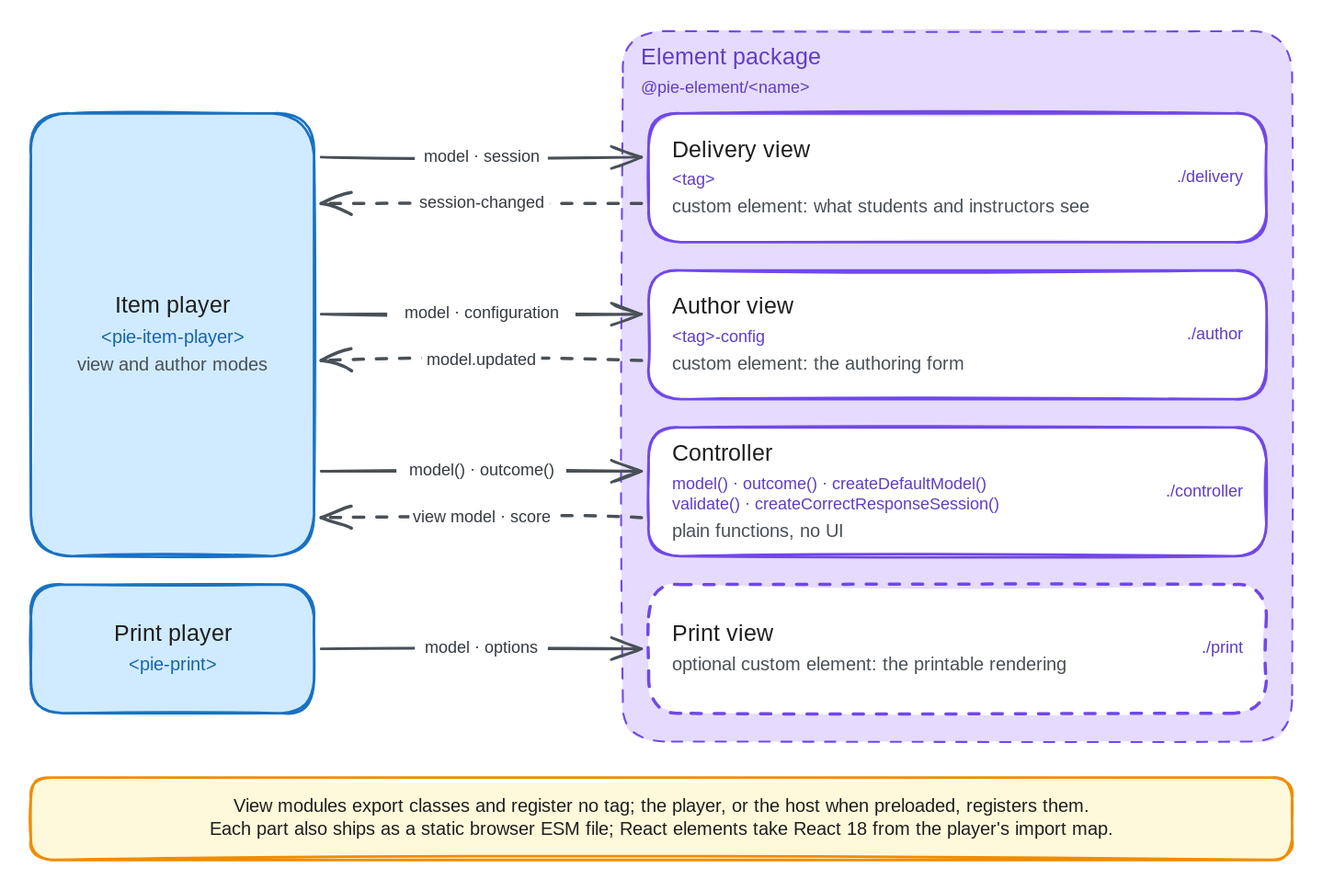
Above: packages/pie-website-app/static/images/diagrams/element-package.excalidraw.svg in pie-framework/pie-website-ng (Excalidraw), before the change. Source tidied: one line per element, renumbered; positions are measured from the earlier drawing's top-left corner, leaving out a move shared by most shapes.
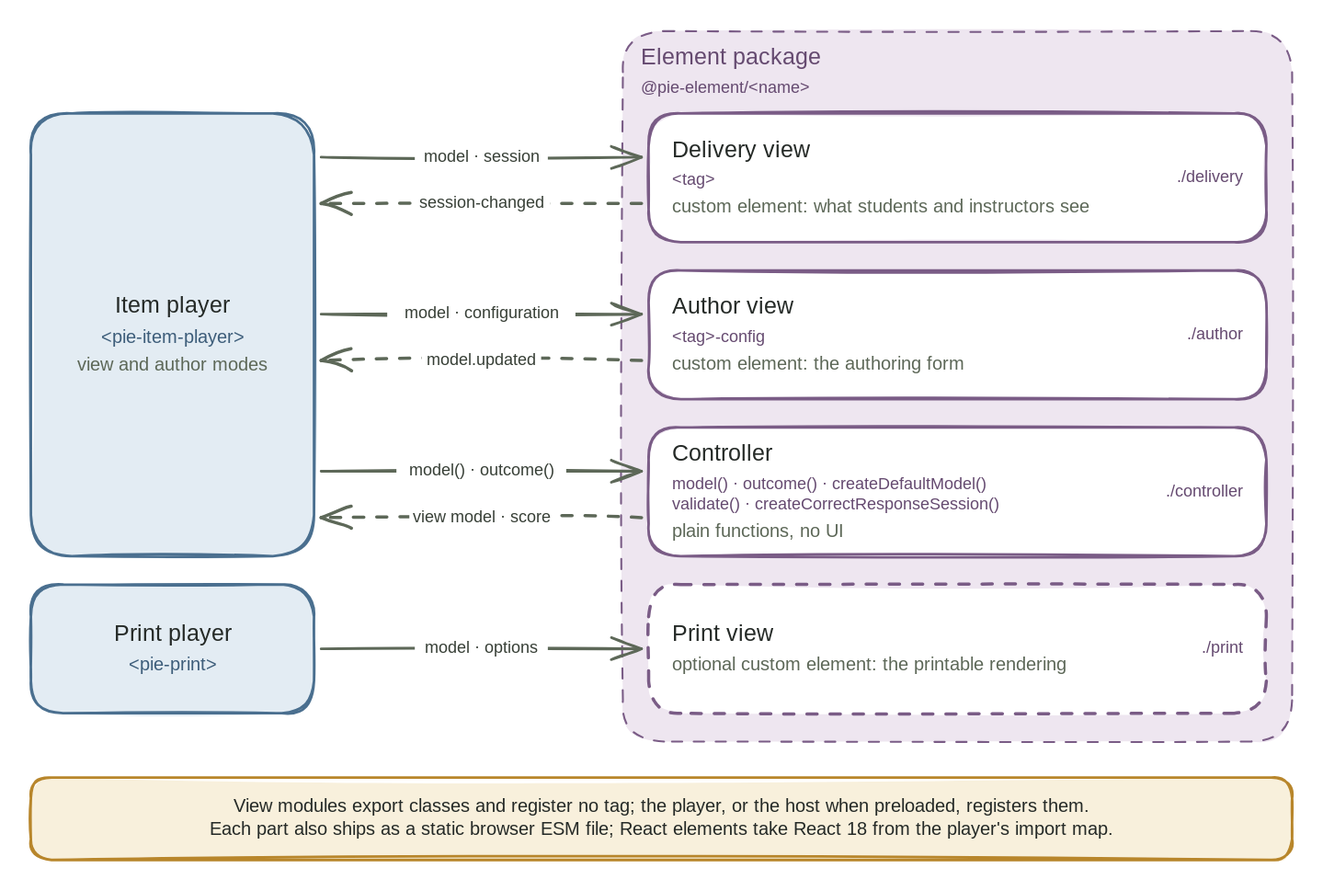
The same diagram one commit later.

Diff of the diagram source:
```diff
@@ -1,45 +1,45 @@
-{"id": 0, "type": "rectangle", "strokeColor": "#7048e8", "backgroundColor": "#e5dbff", "fillStyle": "solid", "strokeWidth": 1, "strokeStyle": "dashed", "roughness": 1, "round": true, "x": 460, "y": 0, "width": 520, "height": 552}
+{"id": 0, "type": "rectangle", "strokeColor": "#7a5c86", "backgroundColor": "#eee6f0", "fillStyle": "solid", "strokeWidth": 1, "strokeStyle": "dashed", "roughness": 1, "round": true, "x": 460, "y": 0, "width": 520, "height": 552}
-{"id": 1, "type": "text", "text": "Element package", "strokeColor": "#5f3dc4", "strokeWidth": 2, "roughness": 1, "fontSize": 18, "fontFamily": 5, "x": 474, "y": 10, "width": 143, "height": 22}
+{"id": 1, "type": "text", "text": "Element package", "strokeColor": "#654a70", "strokeWidth": 2, "roughness": 1, "fontSize": 18, "fontFamily": 5, "x": 474, "y": 10, "width": 143, "height": 22}
-{"id": 2, "type": "text", "text": "@pie-element/<name>", "strokeColor": "#5f3dc4", "strokeWidth": 2, "roughness": 1, "fontSize": 13, "fontFamily": 8, "x": 474, "y": 36, "width": 136, "height": 16}
+{"id": 2, "type": "text", "text": "@pie-element/<name>", "strokeColor": "#654a70", "strokeWidth": 2, "roughness": 1, "fontSize": 13, "fontFamily": 8, "x": 474, "y": 36, "width": 136, "height": 16}
-{"id": 3, "type": "rectangle", "strokeColor": "#7048e8", "backgroundColor": "#ffffff", "fillStyle": "solid", "strokeWidth": 2, "roughness": 1, "round": true, "x": 480, "y": 64, "width": 480, "height": 100}
+{"id": 3, "type": "rectangle", "strokeColor": "#7a5c86", "backgroundColor": "#ffffff", "fillStyle": "solid", "strokeWidth": 2, "roughness": 1, "round": true, "x": 480, "y": 64, "width": 480, "height": 100}
-{"id": 4, "type": "text", "text": "Delivery view", "strokeColor": "#1e1e1e", "strokeWidth": 2, "roughness": 1, "fontSize": 18, "fontFamily": 5, "x": 498, "y": 82, "width": 111, "height": 22}
+{"id": 4, "type": "text", "text": "Delivery view", "strokeColor": "#252a27", "strokeWidth": 2, "roughness": 1, "fontSize": 18, "fontFamily": 5, "x": 498, "y": 82, "width": 111, "height": 22}
-{"id": 5, "type": "text", "text": "<tag>", "strokeColor": "#5f3dc4", "strokeWidth": 2, "roughness": 1, "fontSize": 13, "fontFamily": 8, "x": 498, "y": 108, "width": 36, "height": 16}
+{"id": 5, "type": "text", "text": "<tag>", "strokeColor": "#654a70", "strokeWidth": 2, "roughness": 1, "fontSize": 13, "fontFamily": 8, "x": 498, "y": 108, "width": 36, "height": 16}
-{"id": 6, "type": "text", "text": "custom element: what students and instructors see", "strokeColor": "#495057", "strokeWidth": 2, "roughness": 1, "fontSize": 14, "fontFamily": 5, "x": 498, "y": 129, "width": 353, "height": 18}
+{"id": 6, "type": "text", "text": "custom element: what students and instructors see", "strokeColor": "#5d6858", "strokeWidth": 2, "roughness": 1, "fontSize": 14, "fontFamily": 5, "x": 498, "y": 129, "width": 353, "height": 18}
-{"id": 7, "type": "rectangle", "strokeColor": "#7048e8", "backgroundColor": "#ffffff", "fillStyle": "solid", "strokeWidth": 2, "roughness": 1, "round": true, "x": 480, "y": 186, "width": 480, "height": 100}
+{"id": 7, "type": "rectangle", "strokeColor": "#7a5c86", "backgroundColor": "#ffffff", "fillStyle": "solid", "strokeWidth": 2, "roughness": 1, "round": true, "x": 480, "y": 186, "width": 480, "height": 100}
-{"id": 8, "type": "text", "text": "Author view", "strokeColor": "#1e1e1e", "strokeWidth": 2, "roughness": 1, "fontSize": 18, "fontFamily": 5, "x": 498, "y": 204, "width": 104, "height": 22}
+{"id": 8, "type": "text", "text": "Author view", "strokeColor": "#252a27", "strokeWidth": 2, "roughness": 1, "fontSize": 18, "fontFamily": 5, "x": 498, "y": 204, "width": 104, "height": 22}
-{"id": 9, "type": "text", "text": "<tag>-config", "strokeColor": "#5f3dc4", "strokeWidth": 2, "roughness": 1, "fontSize": 13, "fontFamily": 8, "x": 498, "y": 230, "width": 86, "height": 16}
+{"id": 9, "type": "text", "text": "<tag>-config", "strokeColor": "#654a70", "strokeWidth": 2, "roughness": 1, "fontSize": 13, "fontFamily": 8, "x": 498, "y": 230, "width": 86, "height": 16}
-{"id": 10, "type": "text", "text": "custom element: the authoring form", "strokeColor": "#495057", "strokeWidth": 2, "roughness": 1, "fontSize": 14, "fontFamily": 5, "x": 498, "y": 251, "width": 242, "height": 18}
+{"id": 10, "type": "text", "text": "custom element: the authoring form", "strokeColor": "#5d6858", "strokeWidth": 2, "roughness": 1, "fontSize": 14, "fontFamily": 5, "x": 498, "y": 251, "width": 242, "height": 18}
-{"id": 11, "type": "rectangle", "strokeColor": "#7048e8", "backgroundColor": "#ffffff", "fillStyle": "solid", "strokeWidth": 2, "roughness": 1, "round": true, "x": 480, "y": 308, "width": 480, "height": 100}
+{"id": 11, "type": "rectangle", "strokeColor": "#7a5c86", "backgroundColor": "#ffffff", "fillStyle": "solid", "strokeWidth": 2, "roughness": 1, "round": true, "x": 480, "y": 308, "width": 480, "height": 100}
-{"id": 12, "type": "text", "text": "Controller", "strokeColor": "#1e1e1e", "strokeWidth": 2, "roughness": 1, "fontSize": 18, "fontFamily": 5, "x": 498, "y": 318, "width": 85, "height": 22}
+{"id": 12, "type": "text", "text": "Controller", "strokeColor": "#252a27", "strokeWidth": 2, "roughness": 1, "fontSize": 18, "fontFamily": 5, "x": 498, "y": 318, "width": 85, "height": 22}
-{"id": 13, "type": "text", "text": "model() · outcome() · createDefaultModel()\nvalidate() · createCorrectResponseSession()", "strokeColor": "#5f3dc4", "strokeWidth": 2, "roughness": 1, "fontSize": 13, "fontFamily": 8, "x": 498, "y": 344, "width": 304, "height": 32}
+{"id": 13, "type": "text", "text": "model() · outcome() · createDefaultModel()\nvalidate() · createCorrectResponseSession()", "strokeColor": "#654a70", "strokeWidth": 2, "roughness": 1, "fontSize": 13, "fontFamily": 8, "x": 498, "y": 344, "width": 304, "height": 32}
-{"id": 14, "type": "text", "text": "plain functions, no UI", "strokeColor": "#495057", "strokeWidth": 2, "roughness": 1, "fontSize": 14, "fontFamily": 5, "x": 498, "y": 381, "width": 147, "height": 18}
+{"id": 14, "type": "text", "text": "plain functions, no UI", "strokeColor": "#5d6858", "strokeWidth": 2, "roughness": 1, "fontSize": 14, "fontFamily": 5, "x": 498, "y": 381, "width": 147, "height": 18}
-{"id": 15, "type": "rectangle", "strokeColor": "#7048e8", "backgroundColor": "#ffffff", "fillStyle": "solid", "strokeWidth": 2, "strokeStyle": "dashed", "roughness": 1, "round": true, "x": 480, "y": 430, "width": 480, "height": 100}
+{"id": 15, "type": "rectangle", "strokeColor": "#7a5c86", "backgroundColor": "#ffffff", "fillStyle": "solid", "strokeWidth": 2, "strokeStyle": "dashed", "roughness": 1, "round": true, "x": 480, "y": 430, "width": 480, "height": 100}
-{"id": 16, "type": "text", "text": "Print view", "strokeColor": "#1e1e1e", "strokeWidth": 2, "roughness": 1, "fontSize": 18, "fontFamily": 5, "x": 498, "y": 458, "width": 87, "height": 22}
+{"id": 16, "type": "text", "text": "Print view", "strokeColor": "#252a27", "strokeWidth": 2, "roughness": 1, "fontSize": 18, "fontFamily": 5, "x": 498, "y": 458, "width": 87, "height": 22}
-{"id": 17, "type": "text", "text": "optional custom element: the printable rendering", "strokeColor": "#495057", "strokeWidth": 2, "roughness": 1, "fontSize": 14, "fontFamily": 5, "x": 498, "y": 484, "width": 326, "height": 18}
+{"id": 17, "type": "text", "text": "optional custom element: the printable rendering", "strokeColor": "#5d6858", "strokeWidth": 2, "roughness": 1, "fontSize": 14, "fontFamily": 5, "x": 498, "y": 484, "width": 326, "height": 18}
-{"id": 18, "type": "rectangle", "strokeColor": "#1971c2", "backgroundColor": "#d0ebff", "fillStyle": "solid", "strokeWidth": 2, "roughness": 1, "round": true, "x": 0, "y": 64, "width": 220, "height": 344}
+{"id": 18, "type": "rectangle", "strokeColor": "#4a6f8f", "backgroundColor": "#e3ecf3", "fillStyle": "solid", "strokeWidth": 2, "roughness": 1, "round": true, "x": 0, "y": 64, "width": 220, "height": 344}
-{"id": 19, "type": "text", "text": "Item player", "strokeColor": "#1e1e1e", "strokeWidth": 2, "roughness": 1, "fontSize": 18, "fontFamily": 5, "textAlign": "center", "x": 60, "y": 203, "width": 99, "height": 22}
+{"id": 19, "type": "text", "text": "Item player", "strokeColor": "#252a27", "strokeWidth": 2, "roughness": 1, "fontSize": 18, "fontFamily": 5, "textAlign": "center", "x": 60, "y": 203, "width": 99, "height": 22}
-{"id": 20, "type": "text", "text": "<pie-item-player>", "strokeColor": "#1864ab", "strokeWidth": 2, "roughness": 1, "fontSize": 14, "fontFamily": 8, "textAlign": "center", "x": 45, "y": 230, "width": 131, "height": 18}
+{"id": 20, "type": "text", "text": "<pie-item-player>", "strokeColor": "#3d5d7a", "strokeWidth": 2, "roughness": 1, "fontSize": 14, "fontFamily": 8, "textAlign": "center", "x": 45, "y": 230, "width": 131, "height": 18}
-{"id": 21, "type": "text", "text": "view and author modes", "strokeColor": "#495057", "strokeWidth": 2, "roughness": 1, "fontSize": 14, "fontFamily": 5, "textAlign": "center", "x": 32, "y": 251, "width": 156, "height": 18}
+{"id": 21, "type": "text", "text": "view and author modes", "strokeColor": "#5d6858", "strokeWidth": 2, "roughness": 1, "fontSize": 14, "fontFamily": 5, "textAlign": "center", "x": 32, "y": 251, "width": 156, "height": 18}
-{"id": 22, "type": "rectangle", "strokeColor": "#1971c2", "backgroundColor": "#d0ebff", "fillStyle": "solid", "strokeWidth": 2, "roughness": 1, "round": true, "x": 0, "y": 430, "width": 220, "height": 100}
+{"id": 22, "type": "rectangle", "strokeColor": "#4a6f8f", "backgroundColor": "#e3ecf3", "fillStyle": "solid", "strokeWidth": 2, "roughness": 1, "round": true, "x": 0, "y": 430, "width": 220, "height": 100}
-{"id": 23, "type": "text", "text": "Print player", "strokeColor": "#1e1e1e", "strokeWidth": 2, "roughness": 1, "fontSize": 18, "fontFamily": 5, "textAlign": "center", "x": 59, "y": 458, "width": 102, "height": 22}
+{"id": 23, "type": "text", "text": "Print player", "strokeColor": "#252a27", "strokeWidth": 2, "roughness": 1, "fontSize": 18, "fontFamily": 5, "textAlign": "center", "x": 59, "y": 458, "width": 102, "height": 22}
-{"id": 24, "type": "text", "text": "<pie-print>", "strokeColor": "#1864ab", "strokeWidth": 2, "roughness": 1, "fontSize": 14, "fontFamily": 8, "textAlign": "center", "x": 68, "y": 484, "width": 85, "height": 18}
+{"id": 24, "type": "text", "text": "<pie-print>", "strokeColor": "#3d5d7a", "strokeWidth": 2, "roughness": 1, "fontSize": 14, "fontFamily": 8, "textAlign": "center", "x": 68, "y": 484, "width": 85, "height": 18}
-{"id": 25, "type": "rectangle", "strokeColor": "#f08c00", "backgroundColor": "#fff9db", "fillStyle": "solid", "strokeWidth": 2, "roughness": 1, "round": true, "x": 0, "y": 580, "width": 980, "height": 64}
+{"id": 25, "type": "rectangle", "strokeColor": "#b8862b", "backgroundColor": "#f8f0dc", "fillStyle": "solid", "strokeWidth": 2, "roughness": 1, "round": true, "x": 0, "y": 580, "width": 980, "height": 64}
-{"id": 26, "type": "text", "text": "View modules export classes and register no tag; the player, or the host when preloaded, registers them.\nEach part also ships as a static browser ESM file; React elements take React 18 from the player's import map.", "strokeColor": "#1e1e1e", "strokeWidth": 2, "roughness": 1, "fontSize": 14, "fontFamily": 5, "textAlign": "center", "x": 109, "y": 594, "width": 762, "height": 35}
+{"id": 26, "type": "text", "text": "View modules export classes and register no tag; the player, or the host when preloaded, registers them.\nEach part also ships as a static browser ESM file; React elements take React 18 from the player's import map.", "strokeColor": "#252a27", "strokeWidth": 2, "roughness": 1, "fontSize": 14, "fontFamily": 5, "textAlign": "center", "x": 109, "y": 594, "width": 762, "height": 35}
-{"id": 27, "type": "text", "text": "./delivery", "strokeColor": "#5f3dc4", "strokeWidth": 2, "roughness": 1, "fontSize": 13, "fontFamily": 8, "textAlign": "right", "x": 871, "y": 106, "width": 71, "height": 16}
+{"id": 27, "type": "text", "text": "./delivery", "strokeColor": "#654a70", "strokeWidth": 2, "roughness": 1, "fontSize": 13, "fontFamily": 8, "textAlign": "right", "x": 871, "y": 106, "width": 71, "height": 16}
-{"id": 28, "type": "text", "text": "./author", "strokeColor": "#5f3dc4", "strokeWidth": 2, "roughness": 1, "fontSize": 13, "fontFamily": 8, "textAlign": "right", "x": 885, "y": 228, "width": 57, "height": 16}
+{"id": 28, "type": "text", "text": "./author", "strokeColor": "#654a70", "strokeWidth": 2, "roughness": 1, "fontSize": 13, "fontFamily": 8, "textAlign": "right", "x": 885, "y": 228, "width": 57, "height": 16}
-{"id": 29, "type": "text", "text": "./controller", "strokeColor": "#5f3dc4", "strokeWidth": 2, "roughness": 1, "fontSize": 13, "fontFamily": 8, "textAlign": "right", "x": 856, "y": 350, "width": 86, "height": 16}
+{"id": 29, "type": "text", "text": "./controller", "strokeColor": "#654a70", "strokeWidth": 2, "roughness": 1, "fontSize": 13, "fontFamily": 8, "textAlign": "right", "x": 856, "y": 350, "width": 86, "height": 16}
-{"id": 30, "type": "text", "text": "./print", "strokeColor": "#5f3dc4", "strokeWidth": 2, "roughness": 1, "fontSize": 13, "fontFamily": 8, "textAlign": "right", "x": 892, "y": 472, "width": 50, "height": 16}
+{"id": 30, "type": "text", "text": "./print", "strokeColor": "#654a70", "strokeWidth": 2, "roughness": 1, "fontSize": 13, "fontFamily": 8, "textAlign": "right", "x": 892, "y": 472, "width": 50, "height": 16}
-{"id": 31, "type": "arrow", "strokeColor": "#495057", "strokeWidth": 2, "roughness": 1, "endArrowhead": "arrow", "from": 18, "to": 3, "x": 226, "y": 98, "width": 249, "height": 0, "points": [[0, 0], [249, 0]]}
+{"id": 31, "type": "arrow", "strokeColor": "#5d6858", "strokeWidth": 2, "roughness": 1, "endArrowhead": "arrow", "from": 18, "to": 3, "x": 226, "y": 98, "width": 249, "height": 0, "points": [[0, 0], [249, 0]]}
-{"id": 32, "type": "arrow", "strokeColor": "#495057", "strokeWidth": 2, "strokeStyle": "dashed", "roughness": 1, "endArrowhead": "arrow", "from": 3, "to": 18, "x": 474, "y": 134, "width": 249, "height": 0, "points": [[0, 0], [-249, 0]]}
+{"id": 32, "type": "arrow", "strokeColor": "#5d6858", "strokeWidth": 2, "strokeStyle": "dashed", "roughness": 1, "endArrowhead": "arrow", "from": 3, "to": 18, "x": 474, "y": 134, "width": 249, "height": 0, "points": [[0, 0], [-249, 0]]}
-{"id": 33, "type": "arrow", "strokeColor": "#495057", "strokeWidth": 2, "roughness": 1, "endArrowhead": "arrow", "from": 18, "to": 7, "x": 226, "y": 220, "width": 249, "height": 0, "points": [[0, 0], [249, 0]]}
+{"id": 33, "type": "arrow", "strokeColor": "#5d6858", "strokeWidth": 2, "roughness": 1, "endArrowhead": "arrow", "from": 18, "to": 7, "x": 226, "y": 220, "width": 249, "height": 0, "points": [[0, 0], [249, 0]]}
-{"id": 34, "type": "arrow", "strokeColor": "#495057", "strokeWidth": 2, "strokeStyle": "dashed", "roughness": 1, "endArrowhead": "arrow", "from": 7, "to": 18, "x": 474, "y": 256, "width": 249, "height": 0, "points": [[0, 0], [-249, 0]]}
+{"id": 34, "type": "arrow", "strokeColor": "#5d6858", "strokeWidth": 2, "strokeStyle": "dashed", "roughness": 1, "endArrowhead": "arrow", "from": 7, "to": 18, "x": 474, "y": 256, "width": 249, "height": 0, "points": [[0, 0], [-249, 0]]}
-{"id": 35, "type": "arrow", "strokeColor": "#495057", "strokeWidth": 2, "roughness": 1, "endArrowhead": "arrow", "from": 18, "to": 11, "x": 226, "y": 342, "width": 249, "height": 0, "points": [[0, 0], [249, 0]]}
+{"id": 35, "type": "arrow", "strokeColor": "#5d6858", "strokeWidth": 2, "roughness": 1, "endArrowhead": "arrow", "from": 18, "to": 11, "x": 226, "y": 342, "width": 249, "height": 0, "points": [[0, 0], [249, 0]]}
-{"id": 36, "type": "arrow", "strokeColor": "#495057", "strokeWidth": 2, "strokeStyle": "dashed", "roughness": 1, "endArrowhead": "arrow", "from": 11, "to": 18, "x": 474, "y": 378, "width": 249, "height": 0, "points": [[0, 0], [-249, 0]]}
+{"id": 36, "type": "arrow", "strokeColor": "#5d6858", "strokeWidth": 2, "strokeStyle": "dashed", "roughness": 1, "endArrowhead": "arrow", "from": 11, "to": 18, "x": 474, "y": 378, "width": 249, "height": 0, "points": [[0, 0], [-249, 0]]}
-{"id": 37, "type": "arrow", "strokeColor": "#495057", "strokeWidth": 2, "roughness": 1, "endArrowhead": "arrow", "from": 22, "to": 15, "x": 226, "y": 480, "width": 249, "height": 0, "points": [[0, 0], [249, 0]]}
+{"id": 37, "type": "arrow", "strokeColor": "#5d6858", "strokeWidth": 2, "roughness": 1, "endArrowhead": "arrow", "from": 22, "to": 15, "x": 226, "y": 480, "width": 249, "height": 0, "points": [[0, 0], [249, 0]]}
-{"id": 38, "type": "text", "text": "model · session", "strokeColor": "#343a40", "strokeWidth": 2, "roughness": 1, "fontSize": 13, "fontFamily": 8, "textAlign": "center", "verticalAlign": "middle", "inside": 31, "x": 298, "y": 90, "width": 103, "height": 16}
+{"id": 38, "type": "text", "text": "model · session", "strokeColor": "#373f36", "strokeWidth": 2, "roughness": 1, "fontSize": 13, "fontFamily": 8, "textAlign": "center", "verticalAlign": "middle", "inside": 31, "x": 298, "y": 90, "width": 103, "height": 16}
-{"id": 39, "type": "text", "text": "session-changed", "strokeColor": "#343a40", "strokeWidth": 2, "roughness": 1, "fontSize": 13, "fontFamily": 8, "textAlign": "center", "verticalAlign": "middle", "inside": 32, "x": 296, "y": 126, "width": 107, "height": 16}
+{"id": 39, "type": "text", "text": "session-changed", "strokeColor": "#373f36", "strokeWidth": 2, "roughness": 1, "fontSize": 13, "fontFamily": 8, "textAlign": "center", "verticalAlign": "middle", "inside": 32, "x": 296, "y": 126, "width": 107, "height": 16}
-{"id": 40, "type": "text", "text": "model · configuration", "strokeColor": "#343a40", "strokeWidth": 2, "roughness": 1, "fontSize": 13, "fontFamily": 8, "textAlign": "center", "verticalAlign": "middle", "inside": 33, "x": 277, "y": 212, "width": 146, "height": 16}
+{"id": 40, "type": "text", "text": "model · configuration", "strokeColor": "#373f36", "strokeWidth": 2, "roughness": 1, "fontSize": 13, "fontFamily": 8, "textAlign": "center", "verticalAlign": "middle", "inside": 33, "x": 277, "y": 212, "width": 146, "height": 16}
-{"id": 41, "type": "text", "text": "model.updated", "strokeColor": "#343a40", "strokeWidth": 2, "roughness": 1, "fontSize": 13, "fontFamily": 8, "textAlign": "center", "verticalAlign": "middle", "inside": 34, "x": 304, "y": 248, "width": 93, "height": 16}
+{"id": 41, "type": "text", "text": "model.updated", "strokeColor": "#373f36", "strokeWidth": 2, "roughness": 1, "fontSize": 13, "fontFamily": 8, "textAlign": "center", "verticalAlign": "middle", "inside": 34, "x": 304, "y": 248, "width": 93, "height": 16}
-{"id": 42, "type": "text", "text": "model() · outcome()", "strokeColor": "#343a40", "strokeWidth": 2, "roughness": 1, "fontSize": 13, "fontFamily": 8, "textAlign": "center", "verticalAlign": "middle", "inside": 35, "x": 284, "y": 334, "width": 132, "height": 16}
+{"id": 42, "type": "text", "text": "model() · outcome()", "strokeColor": "#373f36", "strokeWidth": 2, "roughness": 1, "fontSize": 13, "fontFamily": 8, "textAlign": "center", "verticalAlign": "middle", "inside": 35, "x": 284, "y": 334, "width": 132, "height": 16}
-{"id": 43, "type": "text", "text": "view model · score", "strokeColor": "#343a40", "strokeWidth": 2, "roughness": 1, "fontSize": 13, "fontFamily": 5, "textAlign": "center", "verticalAlign": "middle", "inside": 36, "x": 294, "y": 370, "width": 112, "height": 16}
+{"id": 43, "type": "text", "text": "view model · score", "strokeColor": "#373f36", "strokeWidth": 2, "roughness": 1, "fontSize": 13, "fontFamily": 5, "textAlign": "center", "verticalAlign": "middle", "inside": 36, "x": 294, "y": 370, "width": 112, "height": 16}
-{"id": 44, "type": "text", "text": "model · options", "strokeColor": "#343a40", "strokeWidth": 2, "roughness": 1, "fontSize": 13, "fontFamily": 8, "textAlign": "center", "verticalAlign": "middle", "inside": 37, "x": 298, "y": 472, "width": 103, "height": 16}
+{"id": 44, "type": "text", "text": "model · options", "strokeColor": "#373f36", "strokeWidth": 2, "roughness": 1, "fontSize": 13, "fontFamily": 8, "textAlign": "center", "verticalAlign": "middle", "inside": 37, "x": 298, "y": 472, "width": 103, "height": 16}
```
